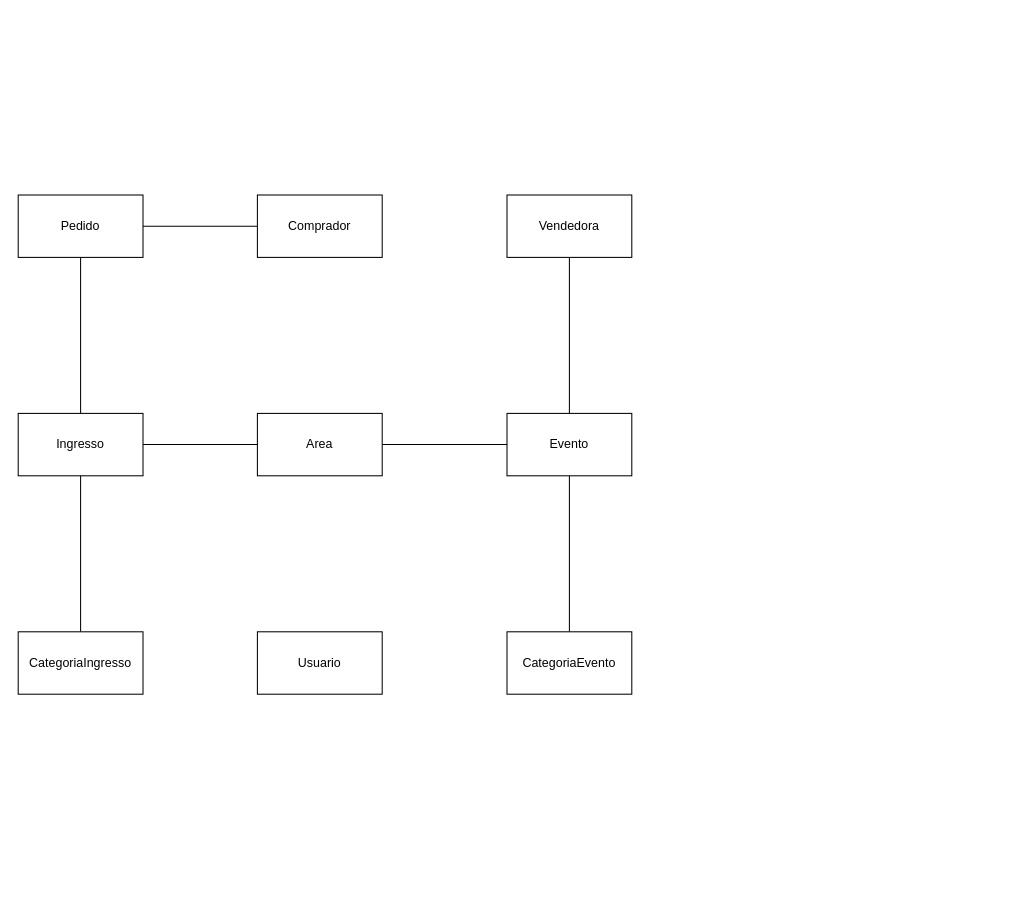
Earlier version of the draw.io diagram files/esboco.drawio (heltonricardo/ingressoja-api). Source tidied: cells renumbered, new cells numbered last; positions are measured from the earlier drawing's top-left corner, leaving out a move shared by most shapes. Both pictures are drawn from the tidied source at 104%, with x=0, y=0 at pixel (18, 194).
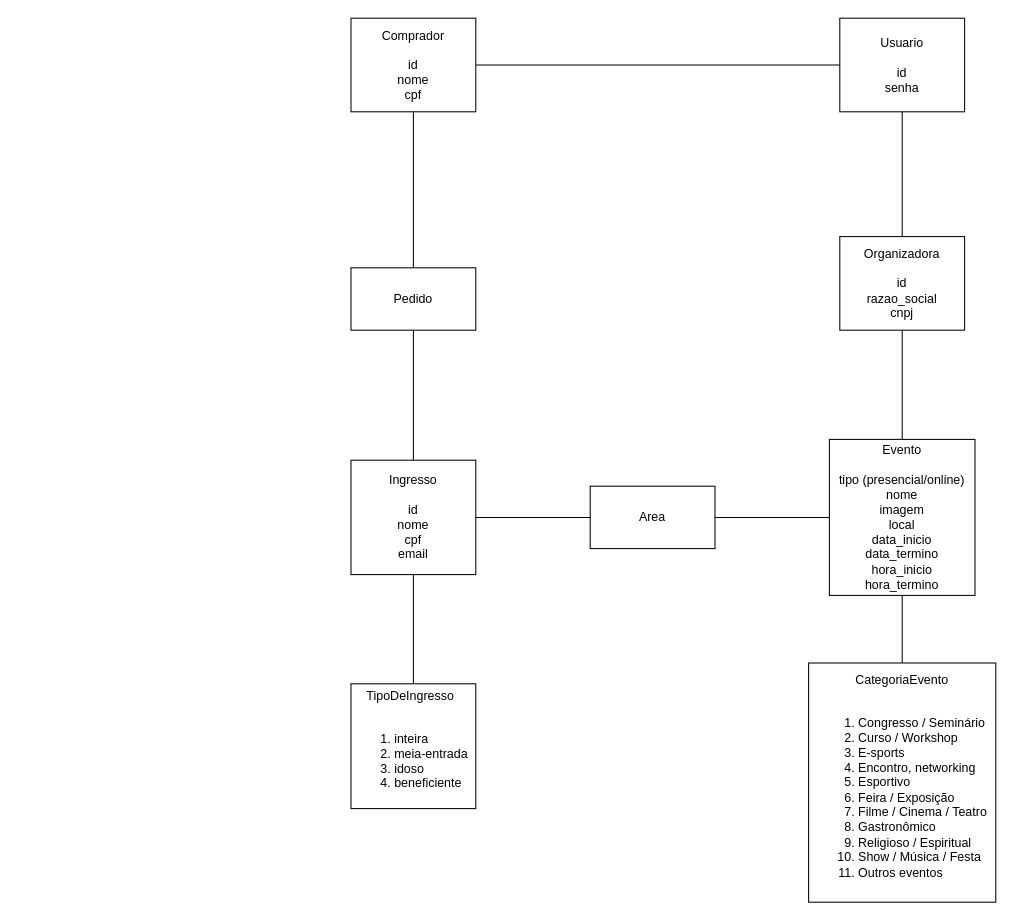
The same page after the edit.

Diff of the diagram source:
```diff
@@
 <mxGraphModel>
   <root>
     <mxCell id="0" />
     <mxCell id="1" parent="0" />
     <mxCell id="2" style="edgeStyle=orthogonalEdgeStyle;rounded=0;jettySize=auto;html=1;endArrow=none;endFill=0;" parent="1" edge="1" source="3" target="14">
       <mxGeometry relative="1" as="geometry" />
     </mxCell>
     <mxCell id="3" value="Pedido" style="rounded=0;whiteSpace=wrap;html=1;" parent="1" vertex="1">
-      <mxGeometry width="120" height="60" as="geometry" />
+      <mxGeometry x="320" y="70" width="120" height="60" as="geometry" />
     </mxCell>
-    <mxCell id="4" value="Vendedora" style="rounded=0;whiteSpace=wrap;html=1;" parent="1" vertex="1">
-      <mxGeometry x="470" width="120" height="60" as="geometry" />
+    <mxCell id="4" value="Organizadora&lt;br&gt;&lt;br&gt;id&lt;br&gt;razao_social&lt;br&gt;cnpj" style="rounded=0;whiteSpace=wrap;html=1;" parent="1" vertex="1">
+      <mxGeometry x="790" y="40" width="120" height="90" as="geometry" />
     </mxCell>
+    <mxCell id="18" style="edgeStyle=orthogonalEdgeStyle;rounded=0;jettySize=auto;html=1;endArrow=none;endFill=0;" parent="1" edge="1" source="5" target="6">
+      <mxGeometry relative="1" as="geometry" />
+    </mxCell>
+    <mxCell id="19" style="edgeStyle=orthogonalEdgeStyle;rounded=0;jettySize=auto;html=1;endArrow=none;endFill=0;" parent="1" edge="1" source="5" target="4">
+      <mxGeometry relative="1" as="geometry" />
+    </mxCell>
-    <mxCell id="5" value="Usuario" style="rounded=0;whiteSpace=wrap;html=1;" parent="1" vertex="1">
-      <mxGeometry x="230" y="420" width="120" height="60" as="geometry" />
+    <mxCell id="5" value="Usuario&lt;br&gt;&lt;br&gt;id&lt;br&gt;senha" style="rounded=0;whiteSpace=wrap;html=1;" parent="1" vertex="1">
+      <mxGeometry x="790" y="-170" width="120" height="90" as="geometry" />
     </mxCell>
-    <mxCell id="6" value="Comprador" style="rounded=0;whiteSpace=wrap;html=1;" parent="1" vertex="1">
-      <mxGeometry x="230" width="120" height="60" as="geometry" />
+    <mxCell id="6" value="Comprador&lt;br&gt;&lt;br&gt;id&lt;br&gt;nome&lt;br&gt;cpf&lt;br&gt;" style="rounded=0;whiteSpace=wrap;html=1;" parent="1" vertex="1">
+      <mxGeometry x="320" y="-170" width="120" height="90" as="geometry" />
     </mxCell>
     <mxCell id="7" style="edgeStyle=orthogonalEdgeStyle;rounded=0;jettySize=auto;html=1;endArrow=none;endFill=0;" parent="1" edge="1" source="9" target="4">
       <mxGeometry relative="1" as="geometry" />
     </mxCell>
     <mxCell id="8" style="edgeStyle=orthogonalEdgeStyle;rounded=0;jettySize=auto;html=1;endArrow=none;endFill=0;" parent="1" edge="1" source="9" target="17">
       <mxGeometry relative="1" as="geometry" />
     </mxCell>
-    <mxCell id="9" value="Evento" style="rounded=0;whiteSpace=wrap;html=1;" parent="1" vertex="1">
-      <mxGeometry x="470" y="210" width="120" height="60" as="geometry" />
+    <mxCell id="9" value="Evento&lt;br&gt;&lt;br&gt;tipo (presencial/online)&lt;br&gt;nome&lt;br&gt;imagem&lt;br&gt;local&lt;br&gt;data_inicio&lt;br&gt;data_termino&lt;br&gt;hora_inicio&lt;br&gt;hora_termino" style="rounded=0;whiteSpace=wrap;html=1;" parent="1" vertex="1">
+      <mxGeometry x="780" y="235" width="140" height="150" as="geometry" />
     </mxCell>
     <mxCell id="10" style="edgeStyle=orthogonalEdgeStyle;rounded=0;jettySize=auto;html=1;endArrow=none;endFill=0;" parent="1" edge="1" source="11" target="9">
       <mxGeometry relative="1" as="geometry" />
     </mxCell>
     <mxCell id="11" value="Area" style="rounded=0;whiteSpace=wrap;html=1;" parent="1" vertex="1">
-      <mxGeometry x="230" y="210" width="120" height="60" as="geometry" />
+      <mxGeometry x="550" y="280" width="120" height="60" as="geometry" />
     </mxCell>
     <mxCell id="12" style="edgeStyle=orthogonalEdgeStyle;rounded=0;jettySize=auto;html=1;endArrow=none;endFill=0;" parent="1" edge="1" source="3" target="6">
       <mxGeometry relative="1" as="geometry" />
     </mxCell>
     <mxCell id="13" style="edgeStyle=orthogonalEdgeStyle;rounded=0;jettySize=auto;html=1;endArrow=none;endFill=0;" parent="1" edge="1" source="14" target="11">
       <mxGeometry relative="1" as="geometry" />
     </mxCell>
-    <mxCell id="14" value="Ingresso" style="rounded=0;whiteSpace=wrap;html=1;" parent="1" vertex="1">
-      <mxGeometry y="210" width="120" height="60" as="geometry" />
+    <mxCell id="14" value="Ingresso&lt;br&gt;&lt;br&gt;id&lt;br&gt;nome&lt;br&gt;cpf&lt;br&gt;email" style="rounded=0;whiteSpace=wrap;html=1;" parent="1" vertex="1">
+      <mxGeometry x="320" y="255" width="120" height="110" as="geometry" />
     </mxCell>
     <mxCell id="15" style="edgeStyle=orthogonalEdgeStyle;rounded=0;jettySize=auto;html=1;endArrow=none;endFill=0;" parent="1" edge="1" source="16" target="14">
       <mxGeometry relative="1" as="geometry" />
     </mxCell>
-    <mxCell id="16" value="CategoriaIngresso" style="rounded=0;whiteSpace=wrap;html=1;" parent="1" vertex="1">
-      <mxGeometry y="420" width="120" height="60" as="geometry" />
+    <mxCell id="16" value="&lt;div style=&quot;text-align: center&quot;&gt;&lt;span&gt;TipoDeIngresso&lt;/span&gt;&lt;/div&gt;&lt;br&gt;&lt;div&gt;&lt;ol&gt;&lt;li&gt;&lt;span&gt;inteira&lt;/span&gt;&lt;/li&gt;&lt;li&gt;&lt;span&gt;meia-entrada&lt;/span&gt;&lt;/li&gt;&lt;li&gt;&lt;span&gt;idoso&lt;/span&gt;&lt;/li&gt;&lt;li&gt;&lt;span&gt;beneficiente&lt;/span&gt;&lt;/li&gt;&lt;/ol&gt;&lt;/div&gt;" style="rounded=0;whiteSpace=wrap;html=1;align=left;" parent="1" vertex="1">
+      <mxGeometry x="320" y="470" width="120" height="120" as="geometry" />
     </mxCell>
-    <mxCell id="17" value="CategoriaEvento" style="rounded=0;whiteSpace=wrap;html=1;" parent="1" vertex="1">
-      <mxGeometry x="470" y="420" width="120" height="60" as="geometry" />
+    <mxCell id="17" value="CategoriaEvento&lt;br&gt;&lt;br&gt;&lt;div&gt;&lt;div&gt;&lt;ol&gt;&lt;li style=&quot;text-align: left&quot;&gt;Congresso / Seminário&lt;/li&gt;&lt;li style=&quot;text-align: left&quot;&gt;Curso / Workshop&lt;/li&gt;&lt;li style=&quot;text-align: left&quot;&gt;E-sports&lt;/li&gt;&lt;li style=&quot;text-align: left&quot;&gt;Encontro, networking&lt;/li&gt;&lt;li style=&quot;text-align: left&quot;&gt;Esportivo&lt;/li&gt;&lt;li style=&quot;text-align: left&quot;&gt;Feira / Exposição&lt;/li&gt;&lt;li style=&quot;text-align: left&quot;&gt;Filme / Cinema / Teatro&lt;/li&gt;&lt;li style=&quot;text-align: left&quot;&gt;Gastronômico&lt;/li&gt;&lt;li style=&quot;text-align: left&quot;&gt;Religioso / Espiritual&lt;/li&gt;&lt;li style=&quot;text-align: left&quot;&gt;Show / Música / Festa&lt;/li&gt;&lt;li style=&quot;text-align: left&quot;&gt;Outros eventos&lt;/li&gt;&lt;/ol&gt;&lt;/div&gt;&lt;/div&gt;" style="rounded=0;whiteSpace=wrap;html=1;" parent="1" vertex="1">
+      <mxGeometry x="760" y="450" width="180" height="230" as="geometry" />
     </mxCell>
   </root>
 </mxGraphModel>
```
